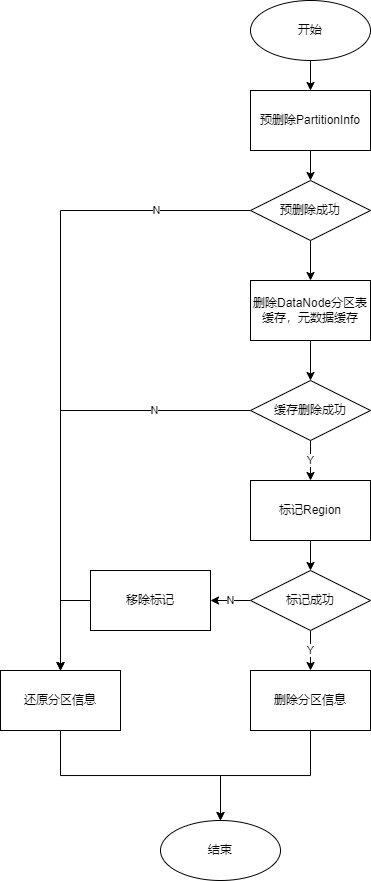
cmlmakahts/doc_repo keeps this draw.io diagram as delete_sg/delete_sg.png. Above is the earlier version. Source tidied: cells renumbered, new cells last; positions are measured from the earlier drawing's top-left corner, leaving out a move shared by most shapes.
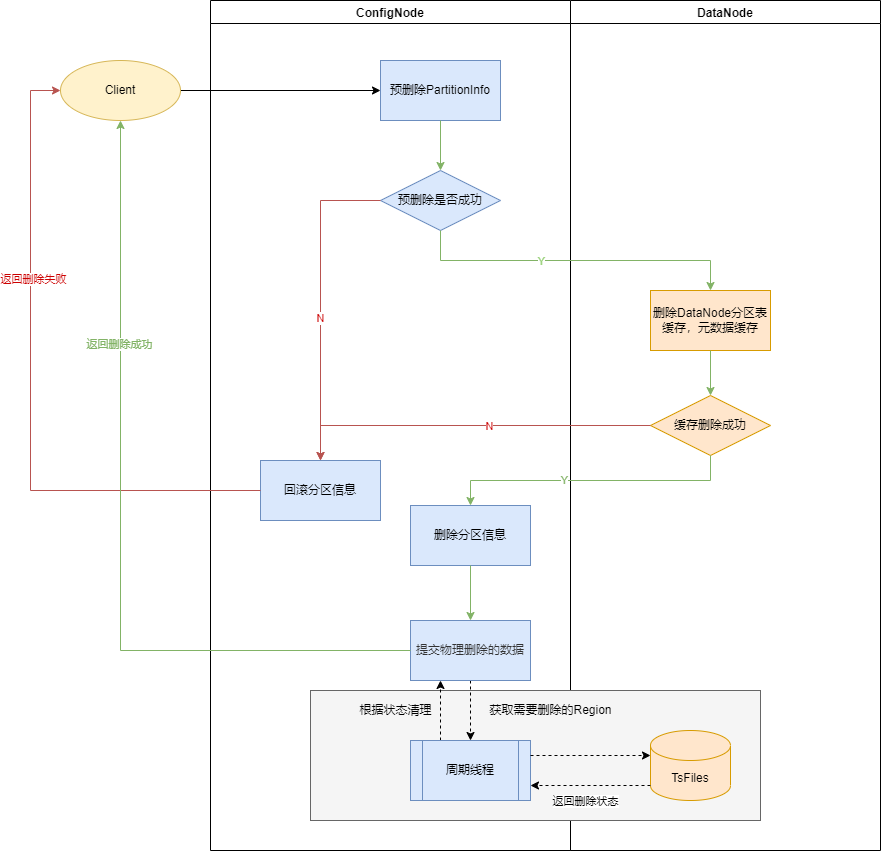
The same diagram one commit later.

Diff of the diagram source:
```diff
@@ -2,82 +2,135 @@
   <root>
     <mxCell id="0" />
     <mxCell id="1" parent="0" />
+    <mxCell id="27" value="DataNode" style="swimlane;startSize=23;" parent="1" vertex="1">
+      <mxGeometry x="390" y="30" width="310" height="850" as="geometry" />
+    </mxCell>
+    <mxCell id="11" value="缓存删除成功" style="rhombus;whiteSpace=wrap;html=1;rounded=0;fillColor=#ffe6cc;strokeColor=#d79b00;" parent="27" vertex="1">
+      <mxGeometry x="80" y="395" width="120" height="60" as="geometry" />
+    </mxCell>
+    <mxCell id="28" value="调用删除文件接口" style="text;html=1;align=center;verticalAlign=middle;strokeColor=none;fillColor=none;" parent="27" vertex="1">
+      <mxGeometry x="-40" y="730" width="110" height="20" as="geometry" />
+    </mxCell>
+    <mxCell id="13" value="删除DataNode分区表缓存，元数据缓存" style="rounded=0;whiteSpace=wrap;html=1;fillColor=#ffe6cc;strokeColor=#d79b00;" parent="27" vertex="1">
+      <mxGeometry x="80" y="290" width="120" height="60" as="geometry" />
+    </mxCell>
+    <mxCell id="12" style="edgeStyle=orthogonalEdgeStyle;rounded=0;jettySize=auto;html=1;exitX=0.5;exitY=1;exitDx=0;exitDy=0;entryX=0.5;entryY=0;entryDx=0;entryDy=0;fillColor=#d5e8d4;strokeColor=#82b366;" parent="27" edge="1" source="13" target="11">
+      <mxGeometry relative="1" as="geometry" />
+    </mxCell>
+    <mxCell id="29" value="异步处理" style="text;html=1;strokeColor=none;fillColor=none;align=center;verticalAlign=middle;whiteSpace=wrap;rounded=0;" parent="27" vertex="1">
+      <mxGeometry x="-260" y="725" width="40" height="70" as="geometry" />
+    </mxCell>
+    <mxCell id="30" value="ConfigNode" style="swimlane;" parent="1" vertex="1">
+      <mxGeometry x="30" y="30" width="360" height="850" as="geometry" />
+    </mxCell>
+    <mxCell id="31" style="rounded=0;whiteSpace=wrap;html=1;fillColor=#f5f5f5;fontColor=#333333;strokeColor=#666666;" parent="30" vertex="1">
+      <mxGeometry x="100" y="690" width="450" height="130" as="geometry" />
+    </mxCell>
+    <mxCell id="3" value="预删除PartitionInfo" style="rounded=0;whiteSpace=wrap;html=1;fillColor=#dae8fc;strokeColor=#6c8ebf;" parent="30" vertex="1">
+      <mxGeometry x="170" y="60" width="120" height="60" as="geometry" />
+    </mxCell>
+    <mxCell id="8" value="预删除是否成功" style="rhombus;whiteSpace=wrap;html=1;rounded=0;fillColor=#dae8fc;strokeColor=#6c8ebf;" parent="30" vertex="1">
+      <mxGeometry x="170" y="170" width="120" height="60" as="geometry" />
+    </mxCell>
-    <mxCell id="2" style="edgeStyle=orthogonalEdgeStyle;rounded=0;jettySize=auto;html=1;" parent="1" edge="1" source="3" target="8">
+    <mxCell id="2" style="edgeStyle=orthogonalEdgeStyle;rounded=0;jettySize=auto;html=1;fillColor=#d5e8d4;strokeColor=#82b366;" parent="30" edge="1" source="3" target="8">
       <mxGeometry relative="1" as="geometry" />
     </mxCell>
-    <mxCell id="3" value="预删除PartitionInfo" style="rounded=0;whiteSpace=wrap;html=1;" parent="1" vertex="1">
-      <mxGeometry x="250" y="90" width="120" height="60" as="geometry" />
-    </mxCell>
-    <mxCell id="4" style="edgeStyle=orthogonalEdgeStyle;rounded=0;jettySize=auto;html=1;exitX=0.5;exitY=1;exitDx=0;exitDy=0;" parent="1" edge="1" target="3">
-      <mxGeometry relative="1" as="geometry">
-        <mxPoint x="310" y="40" as="sourcePoint" />
-      </mxGeometry>
-    </mxCell>
+    <mxCell id="20" value="删除分区信息" style="rounded=0;whiteSpace=wrap;html=1;fillColor=#dae8fc;strokeColor=#6c8ebf;" parent="30" vertex="1">
+      <mxGeometry x="200" y="505" width="120" height="60" as="geometry" />
+    </mxCell>
+    <mxCell id="32" style="edgeStyle=orthogonalEdgeStyle;rounded=0;jettySize=auto;html=1;exitX=0.5;exitY=1;exitDx=0;exitDy=0;entryX=0.5;entryY=0;entryDx=0;entryDy=0;dashed=1;" parent="30" edge="1" source="33">
+      <mxGeometry relative="1" as="geometry">
+        <mxPoint x="260" y="740" as="targetPoint" />
+      </mxGeometry>
+    </mxCell>
+    <mxCell id="33" value="&lt;div style=&quot;orphans: 4; text-align: start;&quot;&gt;&lt;font style=&quot;background-color: rgb(218, 232, 252);&quot; face=&quot;Open Sans, Clear Sans, Helvetica Neue, Helvetica, Arial, Segoe UI Emoji, sans-serif&quot; color=&quot;#333333&quot;&gt;提交物理删除的数据&lt;/font&gt;&lt;/div&gt;" style="rounded=0;whiteSpace=wrap;html=1;fillColor=#dae8fc;strokeColor=#6c8ebf;" parent="30" vertex="1">
+      <mxGeometry x="200" y="620" width="120" height="60" as="geometry" />
+    </mxCell>
+    <mxCell id="34" style="edgeStyle=orthogonalEdgeStyle;rounded=0;jettySize=auto;html=1;exitX=0.5;exitY=1;exitDx=0;exitDy=0;entryX=0.5;entryY=0;entryDx=0;entryDy=0;fillColor=#d5e8d4;strokeColor=#82b366;" parent="30" edge="1" source="20" target="33">
+      <mxGeometry relative="1" as="geometry" />
+    </mxCell>
+    <mxCell id="35" style="edgeStyle=orthogonalEdgeStyle;rounded=0;jettySize=auto;html=1;exitX=0.25;exitY=0;exitDx=0;exitDy=0;entryX=0.25;entryY=1;entryDx=0;entryDy=0;dashed=1;" parent="30" edge="1" source="36" target="33">
+      <mxGeometry relative="1" as="geometry" />
+    </mxCell>
+    <mxCell id="36" value="周期线程" style="shape=process;whiteSpace=wrap;html=1;backgroundOutline=1;fillColor=#dae8fc;strokeColor=#6c8ebf;" parent="30" vertex="1">
+      <mxGeometry x="200" y="740" width="120" height="60" as="geometry" />
+    </mxCell>
+    <mxCell id="37" value="根据状态清理" style="text;html=1;align=center;verticalAlign=middle;strokeColor=none;fillColor=none;" parent="30" vertex="1">
+      <mxGeometry x="140" y="700" width="90" height="20" as="geometry" />
+    </mxCell>
+    <mxCell id="38" value="获取需要删除的Region" style="text;html=1;align=center;verticalAlign=middle;strokeColor=none;fillColor=none;" parent="30" vertex="1">
+      <mxGeometry x="270" y="700" width="140" height="20" as="geometry" />
+    </mxCell>
+    <mxCell id="22" value="回滚分区信息" style="rounded=0;whiteSpace=wrap;html=1;fillColor=#dae8fc;strokeColor=#6c8ebf;" parent="30" vertex="1">
+      <mxGeometry x="50" y="460" width="120" height="60" as="geometry" />
+    </mxCell>
+    <mxCell id="6" style="edgeStyle=orthogonalEdgeStyle;rounded=0;jettySize=auto;html=1;exitX=0;exitY=0.5;exitDx=0;exitDy=0;fillColor=#f8cecc;strokeColor=#b85450;" parent="30" edge="1" source="8" target="22">
+      <mxGeometry relative="1" as="geometry" />
+    </mxCell>
+    <mxCell id="39" value="N" style="edgeLabel;html=1;align=center;verticalAlign=middle;fontColor=#CC0000;" parent="6" vertex="1">
+      <mxGeometry x="0.11" y="-1" relative="1" as="geometry" />
+    </mxCell>
+    <mxCell id="40" value="TsFiles" style="shape=cylinder3;whiteSpace=wrap;html=1;boundedLbl=1;backgroundOutline=1;size=15;fillColor=#ffe6cc;strokeColor=#d79b00;" parent="30" vertex="1">
+      <mxGeometry x="440" y="730" width="80" height="70" as="geometry" />
+    </mxCell>
+    <mxCell id="41" style="edgeStyle=orthogonalEdgeStyle;rounded=0;jettySize=auto;html=1;exitX=0;exitY=1;exitDx=0;exitDy=-15;exitPerimeter=0;entryX=1;entryY=0.75;entryDx=0;entryDy=0;dashed=1;" parent="30" edge="1" source="40" target="36">
+      <mxGeometry relative="1" as="geometry" />
+    </mxCell>
+    <mxCell id="42" value="返回删除状态" style="edgeLabel;html=1;align=center;verticalAlign=middle;" parent="41" vertex="1">
+      <mxGeometry x="-0.29" y="1" relative="1" as="geometry">
+        <mxPoint x="-23" y="14" as="offset" />
+      </mxGeometry>
+    </mxCell>
+    <mxCell id="43" style="edgeStyle=orthogonalEdgeStyle;rounded=0;jettySize=auto;html=1;exitX=1;exitY=0.25;exitDx=0;exitDy=0;entryX=0;entryY=0;entryDx=0;entryDy=25;entryPerimeter=0;dashed=1;" parent="30" edge="1" source="36" target="40">
+      <mxGeometry relative="1" as="geometry" />
+    </mxCell>
-    <mxCell id="5" style="edgeStyle=orthogonalEdgeStyle;rounded=0;jettySize=auto;html=1;exitX=0.5;exitY=1;exitDx=0;exitDy=0;" parent="1" edge="1" source="8" target="13">
+    <mxCell id="5" style="edgeStyle=orthogonalEdgeStyle;rounded=0;jettySize=auto;html=1;exitX=0.5;exitY=1;exitDx=0;exitDy=0;fontColor=#99FF99;fillColor=#d5e8d4;strokeColor=#82b366;" parent="1" edge="1" source="8" target="13">
       <mxGeometry relative="1" as="geometry" />
     </mxCell>
-    <mxCell id="6" style="edgeStyle=orthogonalEdgeStyle;rounded=0;jettySize=auto;html=1;exitX=0;exitY=0.5;exitDx=0;exitDy=0;" parent="1" edge="1" source="8" target="22">
-      <mxGeometry relative="1" as="geometry" />
-    </mxCell>
-    <mxCell id="7" value="N" style="edgeLabel;html=1;align=center;verticalAlign=middle;" parent="6" vertex="1">
-      <mxGeometry x="-0.71" relative="1" as="geometry" />
-    </mxCell>
-    <mxCell id="8" value="预删除成功" style="rhombus;whiteSpace=wrap;html=1;rounded=0;" parent="1" vertex="1">
-      <mxGeometry x="250" y="180" width="120" height="60" as="geometry" />
-    </mxCell>
-    <mxCell id="9" value="Y" style="edgeStyle=orthogonalEdgeStyle;rounded=0;jettySize=auto;html=1;exitX=0.5;exitY=1;exitDx=0;exitDy=0;entryX=0.5;entryY=0;entryDx=0;entryDy=0;" parent="1" edge="1" source="11" target="15">
-      <mxGeometry relative="1" as="geometry" />
+    <mxCell id="9" value="Y" style="edgeLabel;html=1;align=center;verticalAlign=middle;fontColor=#97D077;" parent="5" vertex="1">
+      <mxGeometry x="-0.21" relative="1" as="geometry" />
     </mxCell>
-    <mxCell id="10" value="N" style="edgeStyle=orthogonalEdgeStyle;rounded=0;jettySize=auto;html=1;exitX=0;exitY=0.5;exitDx=0;exitDy=0;" parent="1" edge="1" source="11" target="22">
-      <mxGeometry x="-0.57" relative="1" as="geometry" />
+    <mxCell id="10" style="edgeStyle=orthogonalEdgeStyle;rounded=0;jettySize=auto;html=1;exitX=0;exitY=0.5;exitDx=0;exitDy=0;fillColor=#f8cecc;strokeColor=#b85450;" parent="1" edge="1" source="11" target="22">
+      <mxGeometry relative="1" as="geometry">
+        <Array as="points">
+          <mxPoint x="140" y="455" />
+        </Array>
+      </mxGeometry>
     </mxCell>
-    <mxCell id="11" value="缓存删除成功" style="rhombus;whiteSpace=wrap;html=1;rounded=0;" parent="1" vertex="1">
-      <mxGeometry x="250" y="380" width="120" height="60" as="geometry" />
-    </mxCell>
-    <mxCell id="12" style="edgeStyle=orthogonalEdgeStyle;rounded=0;jettySize=auto;html=1;exitX=0.5;exitY=1;exitDx=0;exitDy=0;entryX=0.5;entryY=0;entryDx=0;entryDy=0;" parent="1" edge="1" source="13" target="11">
-      <mxGeometry relative="1" as="geometry" />
-    </mxCell>
-    <mxCell id="13" value="删除DataNode分区表缓存，元数据缓存" style="rounded=0;whiteSpace=wrap;html=1;" parent="1" vertex="1">
-      <mxGeometry x="250" y="280" width="120" height="60" as="geometry" />
-    </mxCell>
-    <mxCell id="14" style="edgeStyle=orthogonalEdgeStyle;rounded=0;jettySize=auto;html=1;exitX=0.5;exitY=1;exitDx=0;exitDy=0;entryX=0.5;entryY=0;entryDx=0;entryDy=0;" parent="1" edge="1" source="15" target="18">
-      <mxGeometry relative="1" as="geometry" />
-    </mxCell>
-    <mxCell id="15" value="标记Region" style="rounded=0;whiteSpace=wrap;html=1;" parent="1" vertex="1">
-      <mxGeometry x="250" y="480" width="120" height="60" as="geometry" />
-    </mxCell>
+    <mxCell id="44" value="N" style="edgeLabel;html=1;align=center;verticalAlign=middle;fontColor=#CC0000;" parent="10" vertex="1">
+      <mxGeometry y="-3" relative="1" as="geometry">
+        <mxPoint x="21" y="3" as="offset" />
+      </mxGeometry>
+    </mxCell>
-    <mxCell id="16" value="Y" style="edgeStyle=orthogonalEdgeStyle;rounded=0;jettySize=auto;html=1;exitX=0.5;exitY=1;exitDx=0;exitDy=0;entryX=0.5;entryY=0;entryDx=0;entryDy=0;" parent="1" edge="1" source="18" target="20">
-      <mxGeometry relative="1" as="geometry" />
+    <mxCell id="16" value="Y" style="edgeStyle=orthogonalEdgeStyle;rounded=0;jettySize=auto;html=1;exitX=0.5;exitY=1;exitDx=0;exitDy=0;entryX=0.5;entryY=0;entryDx=0;entryDy=0;fillColor=#d5e8d4;strokeColor=#82b366;fontColor=#82B366;" parent="1" edge="1" source="11" target="20">
+      <mxGeometry x="0.18" relative="1" as="geometry" />
     </mxCell>
-    <mxCell id="17" value="N" style="edgeStyle=orthogonalEdgeStyle;rounded=0;jettySize=auto;html=1;exitX=0;exitY=0.5;exitDx=0;exitDy=0;entryX=1;entryY=0.5;entryDx=0;entryDy=0;" parent="1" edge="1" source="18" target="26">
-      <mxGeometry relative="1" as="geometry" />
-    </mxCell>
-    <mxCell id="18" value="标记成功" style="rhombus;whiteSpace=wrap;html=1;rounded=0;" parent="1" vertex="1">
-      <mxGeometry x="250" y="570" width="120" height="60" as="geometry" />
-    </mxCell>
-    <mxCell id="19" style="edgeStyle=orthogonalEdgeStyle;rounded=0;jettySize=auto;html=1;" parent="1" edge="1" source="20" target="23">
-      <mxGeometry relative="1" as="geometry" />
-    </mxCell>
-    <mxCell id="20" value="删除分区信息" style="rounded=0;whiteSpace=wrap;html=1;" parent="1" vertex="1">
-      <mxGeometry x="250" y="670" width="120" height="60" as="geometry" />
-    </mxCell>
-    <mxCell id="21" style="edgeStyle=orthogonalEdgeStyle;rounded=0;jettySize=auto;html=1;exitX=0.5;exitY=1;exitDx=0;exitDy=0;entryX=0.5;entryY=0;entryDx=0;entryDy=0;" parent="1" edge="1" source="22" target="23">
-      <mxGeometry relative="1" as="geometry" />
-    </mxCell>
-    <mxCell id="22" value="还原分区信息" style="rounded=0;whiteSpace=wrap;html=1;" parent="1" vertex="1">
-      <mxGeometry y="670" width="120" height="60" as="geometry" />
-    </mxCell>
-    <mxCell id="23" value="结束" style="ellipse;whiteSpace=wrap;html=1;rounded=0;" parent="1" vertex="1">
-      <mxGeometry x="160" y="820" width="120" height="60" as="geometry" />
-    </mxCell>
-    <mxCell id="24" value="开始" style="ellipse;whiteSpace=wrap;html=1;rounded=0;" parent="1" vertex="1">
-      <mxGeometry x="250" width="120" height="60" as="geometry" />
-    </mxCell>
-    <mxCell id="25" style="edgeStyle=orthogonalEdgeStyle;rounded=0;jettySize=auto;html=1;exitX=0;exitY=0.5;exitDx=0;exitDy=0;" parent="1" edge="1" source="26" target="22">
-      <mxGeometry relative="1" as="geometry" />
-    </mxCell>
-    <mxCell id="26" value="移除标记" style="rounded=0;whiteSpace=wrap;html=1;" parent="1" vertex="1">
-      <mxGeometry x="90" y="570" width="120" height="60" as="geometry" />
-    </mxCell>
+    <mxCell id="45" style="edgeStyle=orthogonalEdgeStyle;rounded=0;jettySize=auto;html=1;exitX=0;exitY=0.5;exitDx=0;exitDy=0;entryX=0;entryY=0.5;entryDx=0;entryDy=0;fillColor=#f8cecc;strokeColor=#b85450;" parent="1" edge="1" source="22" target="48">
+      <mxGeometry relative="1" as="geometry">
+        <Array as="points">
+          <mxPoint x="-150" y="520" />
+          <mxPoint x="-150" y="120" />
+        </Array>
+      </mxGeometry>
+    </mxCell>
+    <mxCell id="46" value="返回删除失败" style="edgeLabel;html=1;align=center;verticalAlign=middle;fontColor=#CC0000;" parent="45" vertex="1">
+      <mxGeometry x="0.34" y="-2" relative="1" as="geometry" />
+    </mxCell>
+    <mxCell id="47" style="edgeStyle=orthogonalEdgeStyle;rounded=0;jettySize=auto;html=1;exitX=1;exitY=0.5;exitDx=0;exitDy=0;entryX=0;entryY=0.5;entryDx=0;entryDy=0;" parent="1" edge="1" source="48" target="3">
+      <mxGeometry relative="1" as="geometry" />
+    </mxCell>
+    <mxCell id="48" value="Client" style="ellipse;whiteSpace=wrap;html=1;rounded=0;fillColor=#fff2cc;strokeColor=#d6b656;" parent="1" vertex="1">
+      <mxGeometry x="-120" y="90" width="120" height="60" as="geometry" />
+    </mxCell>
+    <mxCell id="49" style="edgeStyle=orthogonalEdgeStyle;rounded=0;jettySize=auto;html=1;exitX=0;exitY=0.5;exitDx=0;exitDy=0;entryX=0.5;entryY=1;entryDx=0;entryDy=0;fillColor=#d5e8d4;strokeColor=#82b366;fontColor=#99FF99;" parent="1" edge="1" source="33" target="48">
+      <mxGeometry relative="1" as="geometry">
+        <Array as="points">
+          <mxPoint x="-60" y="680" />
+        </Array>
+      </mxGeometry>
+    </mxCell>
+    <mxCell id="50" value="返回删除成功" style="edgeLabel;html=1;align=center;verticalAlign=middle;fontColor=#82B366;" parent="49" vertex="1">
+      <mxGeometry x="0.46" y="2" relative="1" as="geometry" />
+    </mxCell>
   </root>
 </mxGraphModel>
```
